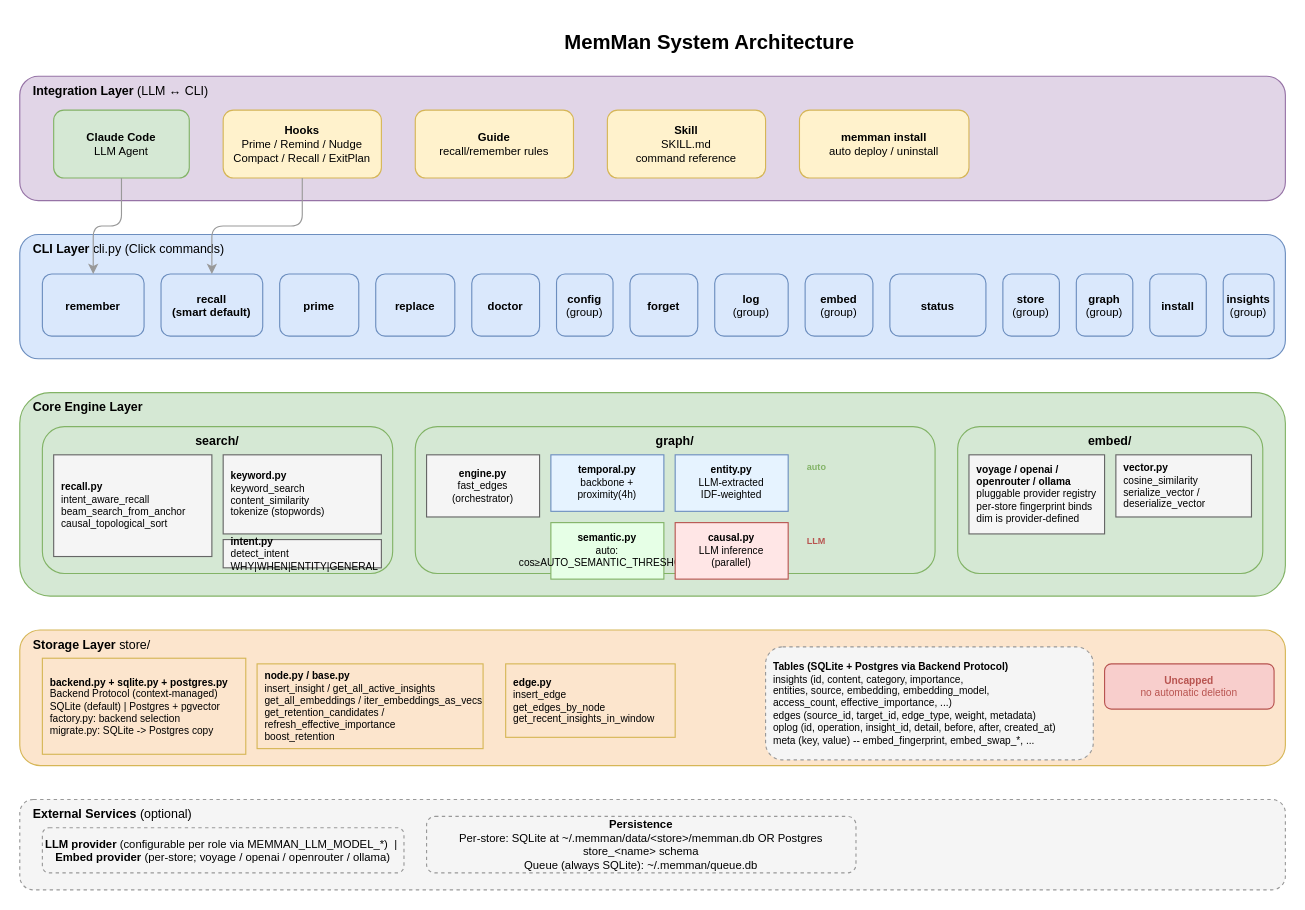
bissli/memman keeps this draw.io diagram as docs/diagrams/01-system-architecture.drawio. Above is the earlier version. Source tidied: cells renumbered, new cells numbered last; positions are measured from the earlier drawing's top-left corner, leaving out a move shared by most shapes. Both pictures are drawn from the tidied source at 113%, with x=0, y=0 at pixel (19, 19).
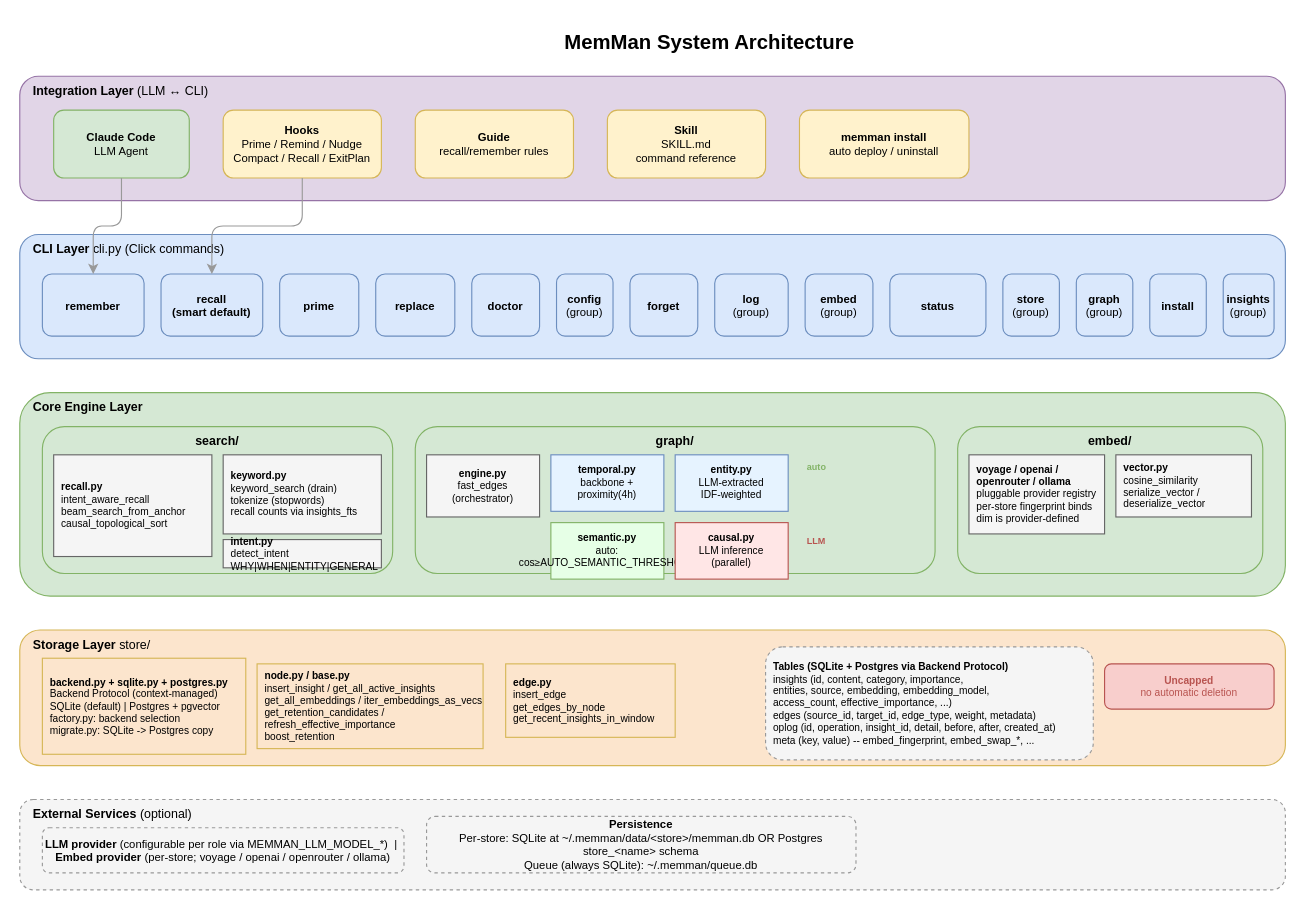
The same page after the edit.

What changed in the source:
```diff
@@
-    <mxCell id="27" value="&lt;b&gt;keyword.py&lt;/b&gt;&lt;br&gt;keyword_search&lt;br&gt;content_similarity&lt;br&gt;tokenize (stopwords)" style="rounded=0;whiteSpace=wrap;html=1;fontSize=9;fillColor=#f5f5f5;strokeColor=#666666;align=left;spacingLeft=5;" parent="1" vertex="1">
+    <mxCell id="27" value="&lt;b&gt;keyword.py&lt;/b&gt;&lt;br&gt;keyword_search (drain)&lt;br&gt;tokenize (stopwords)&lt;br&gt;recall counts via insights_fts" style="rounded=0;whiteSpace=wrap;html=1;fontSize=9;fillColor=#f5f5f5;strokeColor=#666666;align=left;spacingLeft=5;" parent="1" vertex="1">
       <mxGeometry x="180" y="385" width="140" height="70" as="geometry" />
     </mxCell>
```
